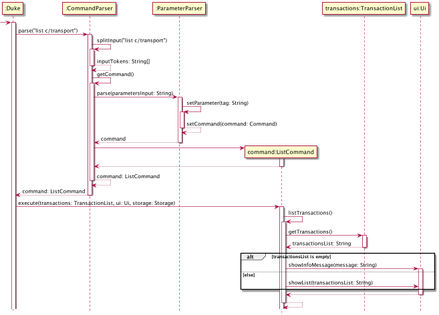
Before: docs/images/ListCommandSequenceDiagram.png, a diagram exported from PlantUML (nus-cs2113-AY2223S1/tp). Its diagram source:
```plantuml
@startuml
hide footbox

Participant ":Duke" as Duke
Participant ":CommandParser" as CommandParser
Participant ":ParameterParser" as ParameterParser
Participant "command:ListCommand" as ListCommand
Participant "transactions:TransactionList" as Transactions
Participant "ui:Ui" as Ui

-> Duke
activate Duke

Duke -> CommandParser:parse("list c/transport")
activate CommandParser

CommandParser -> CommandParser:splitInput("list c/transport")
activate CommandParser
return inputTokens: String[]

CommandParser -> CommandParser:getCommand()
activate CommandParser


CommandParser -> ParameterParser:parse(parametersInput: String)
activate ParameterParser

ParameterParser ->ParameterParser:setParameter(tag: String)
activate ParameterParser
return setCommand(command: Command)
return command

create ListCommand
CommandParser -> ListCommand
activate ListCommand
return

return command: ListCommand

return command: ListCommand
deactivate CommandParser

Duke -> ListCommand:execute(transactions: TransactionList, ui: Ui, storage: Storage)
activate ListCommand



ListCommand -> ListCommand:listTransactions()
activate ListCommand

ListCommand -> Transactions:getTransactions()
activate Transactions

return transactionsList: String

alt transactionsList is empty
    ListCommand -> Ui:showInfoMessage(message: String)
    activate Ui
else else
    ListCommand -> Ui:showList(transactionsList: String)
end

return

return
@enduml
```
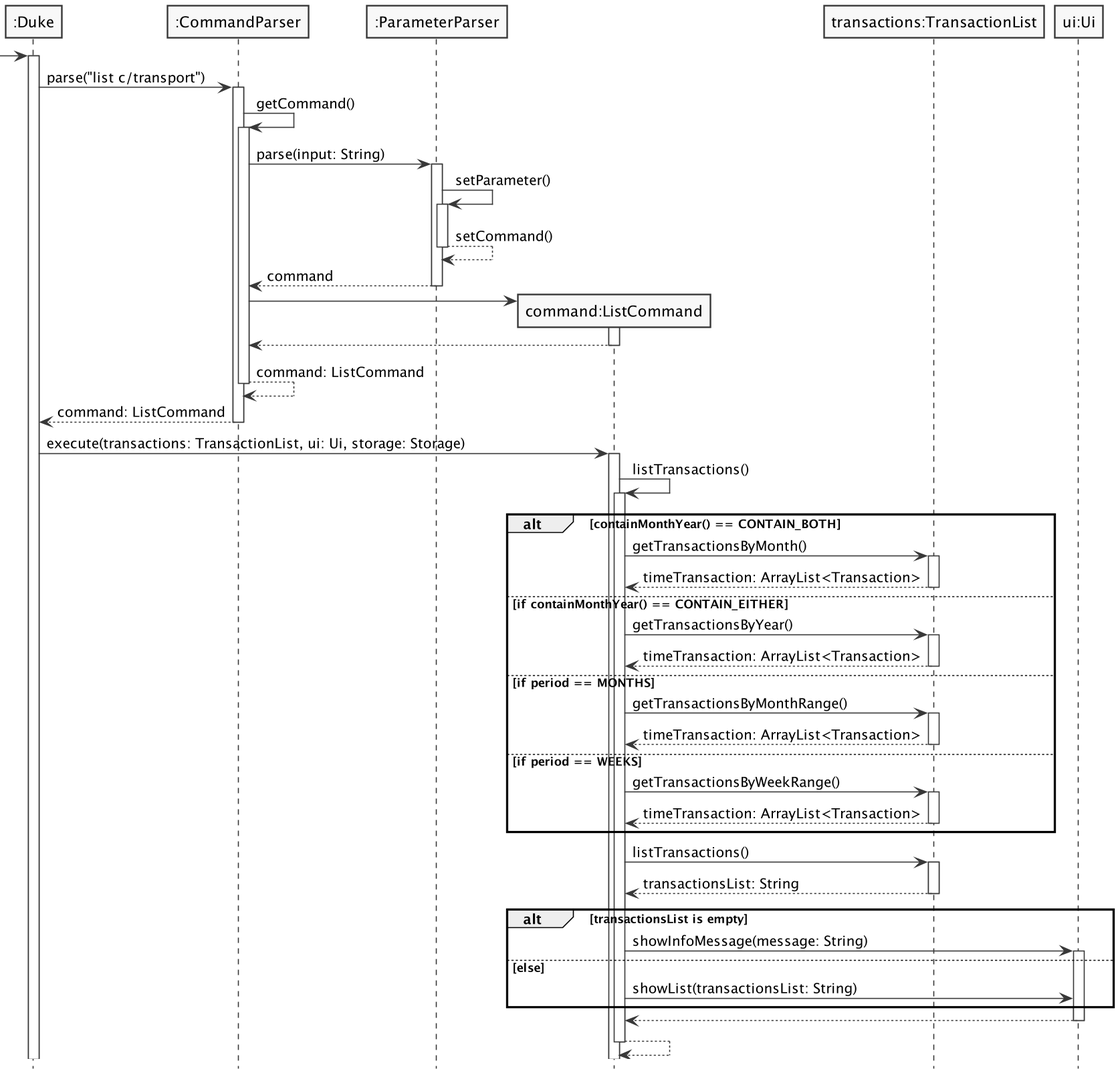
The same file after the commit.

Commit message:
Fix Sequence Diagram

What changed in the source:
```diff
@@ -1,4 +1,6 @@
 @startuml
+skinparam monochrome true
+skinparam shadowing false
 hide footbox
 
 Participant ":Duke" as Duke
@@ -8,26 +10,24 @@
 Participant "transactions:TransactionList" as Transactions
 Participant "ui:Ui" as Ui
 
+
 -> Duke
 activate Duke
 
 Duke -> CommandParser:parse("list c/transport")
 activate CommandParser
 
-CommandParser -> CommandParser:splitInput("list c/transport")
-activate CommandParser
-return inputTokens: String[]
 
 CommandParser -> CommandParser:getCommand()
 activate CommandParser
 
 
-CommandParser -> ParameterParser:parse(parametersInput: String)
+CommandParser -> ParameterParser:parse(input: String)
 activate ParameterParser
 
-ParameterParser ->ParameterParser:setParameter(tag: String)
+ParameterParser ->ParameterParser:setParameter()
 activate ParameterParser
-return setCommand(command: Command)
+return setCommand()
 return command
 
 create ListCommand
@@ -48,10 +48,28 @@
 ListCommand -> ListCommand:listTransactions()
 activate ListCommand
 
-ListCommand -> Transactions:getTransactions()
+alt containMonthYear() == CONTAIN_BOTH
+    ListCommand -> Transactions:getTransactionsByMonth()
+    activate Transactions
+    return timeTransaction: ArrayList<Transaction>
+else if containMonthYear() == CONTAIN_EITHER
+    ListCommand -> Transactions:getTransactionsByYear()
+    activate Transactions
+    return timeTransaction: ArrayList<Transaction>
+else if period == MONTHS
+    ListCommand -> Transactions:getTransactionsByMonthRange()
+    activate Transactions
+    return timeTransaction: ArrayList<Transaction>
+else if period == WEEKS
+    ListCommand -> Transactions:getTransactionsByWeekRange()
+    activate Transactions
+    return timeTransaction: ArrayList<Transaction>
+end
+
+ListCommand -> Transactions:listTransactions()
 activate Transactions
+return transactionsList: String
 
-return transactionsList: String
 
 alt transactionsList is empty
     ListCommand -> Ui:showInfoMessage(message: String)
```
